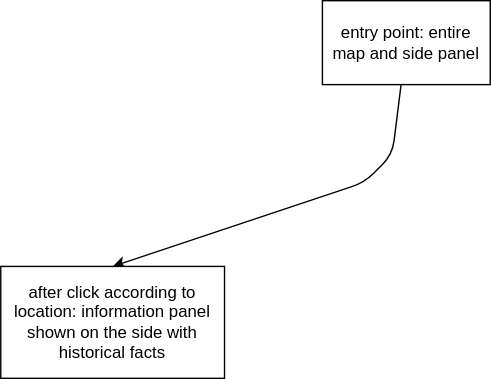
The draw.io diagram network/greenguard/ux design/wireframe.svg in xi-liu-cs/2022-fall, before a commit. Source tidied: cells renumbered, new cells last; positions are measured from the earlier drawing's top-left corner, leaving out a move shared by most shapes. Its diagram source:
```xml
<mxGraphModel>
  <root>
    <mxCell id="0" />
    <mxCell id="1" parent="0" />
    <mxCell id="2" style="edgeStyle=none;html=1;entryX=0.5;entryY=0;entryDx=0;entryDy=0;" parent="1" edge="1" source="3" target="4">
      <mxGeometry relative="1" as="geometry">
        <Array as="points">
          <mxPoint x="280" y="110" />
          <mxPoint x="260" y="130" />
        </Array>
      </mxGeometry>
    </mxCell>
    <mxCell id="3" value="&lt;div&gt;entry point: entire map and side panel&lt;/div&gt;" style="whiteSpace=wrap;html=1;" parent="1" vertex="1">
      <mxGeometry x="230" width="120" height="60" as="geometry" />
    </mxCell>
    <mxCell id="4" value="after click according to location: information panel shown on the side with historical facts" style="whiteSpace=wrap;html=1;" parent="1" vertex="1">
      <mxGeometry y="190" width="160" height="80" as="geometry" />
    </mxCell>
  </root>
</mxGraphModel>
```
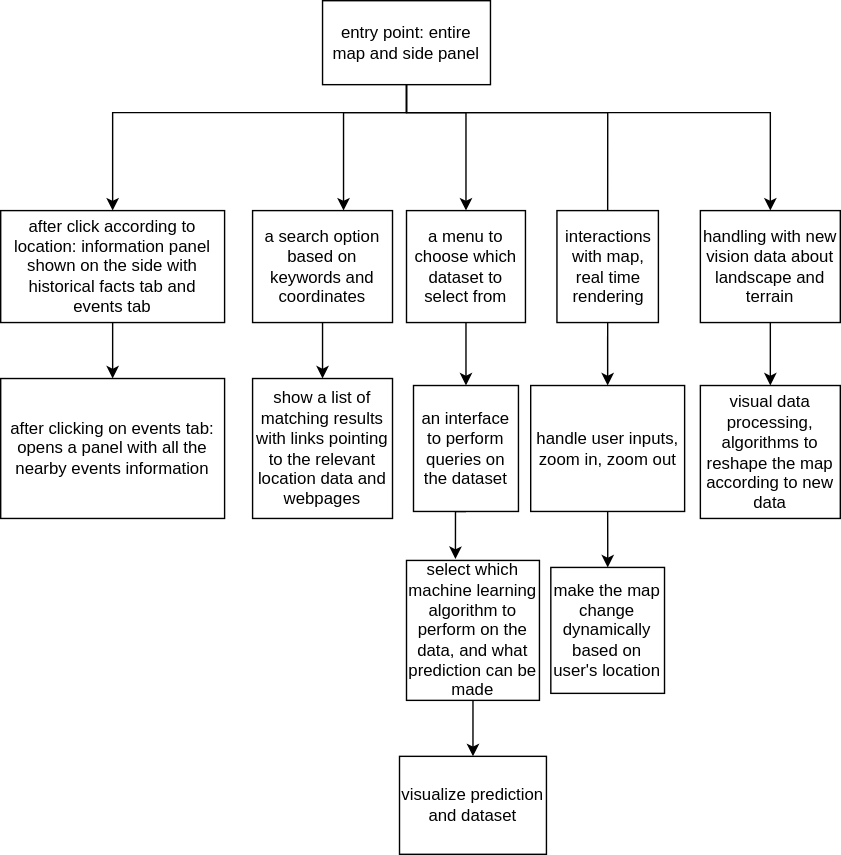
After the commit.

What changed in the source:
```diff
@@ -2,19 +2,103 @@
   <root>
     <mxCell id="0" />
     <mxCell id="1" parent="0" />
-    <mxCell id="2" style="edgeStyle=none;html=1;entryX=0.5;entryY=0;entryDx=0;entryDy=0;" parent="1" edge="1" source="3" target="4">
+    <mxCell id="2" style="edgeStyle=orthogonalEdgeStyle;rounded=0;jettySize=auto;html=1;" parent="1" edge="1" source="3" target="4">
       <mxGeometry relative="1" as="geometry">
         <Array as="points">
-          <mxPoint x="280" y="110" />
-          <mxPoint x="260" y="130" />
+          <mxPoint x="190" y="20" />
+          <mxPoint x="-20" y="20" />
         </Array>
       </mxGeometry>
     </mxCell>
+    <mxCell id="5" style="edgeStyle=orthogonalEdgeStyle;rounded=0;jettySize=auto;html=1;exitX=0.5;exitY=0;exitDx=0;exitDy=0;" parent="1" edge="1" source="21" target="11">
+      <mxGeometry relative="1" as="geometry">
+        <Array as="points">
+          <mxPoint x="334" y="20" />
+          <mxPoint x="145" y="20" />
+        </Array>
+      </mxGeometry>
+    </mxCell>
+    <mxCell id="6" style="edgeStyle=orthogonalEdgeStyle;rounded=0;jettySize=auto;html=1;entryX=0.5;entryY=0;entryDx=0;entryDy=0;" parent="1" edge="1" source="3" target="14">
+      <mxGeometry relative="1" as="geometry">
+        <Array as="points">
+          <mxPoint x="190" y="20" />
+          <mxPoint x="233" y="20" />
+        </Array>
+      </mxGeometry>
+    </mxCell>
+    <mxCell id="7" style="edgeStyle=orthogonalEdgeStyle;rounded=0;jettySize=auto;html=1;exitX=0.5;exitY=1;exitDx=0;exitDy=0;entryX=0.5;entryY=0;entryDx=0;entryDy=0;" parent="1" edge="1" source="3" target="26">
+      <mxGeometry relative="1" as="geometry">
+        <Array as="points">
+          <mxPoint x="190" y="20" />
+          <mxPoint x="450" y="20" />
+        </Array>
+      </mxGeometry>
+    </mxCell>
     <mxCell id="3" value="&lt;div&gt;entry point: entire map and side panel&lt;/div&gt;" style="whiteSpace=wrap;html=1;" parent="1" vertex="1">
-      <mxGeometry x="230" width="120" height="60" as="geometry" />
+      <mxGeometry x="130" y="-60" width="120" height="60" as="geometry" />
     </mxCell>
+    <mxCell id="8" style="edgeStyle=orthogonalEdgeStyle;rounded=0;jettySize=auto;html=1;" parent="1" edge="1" source="4" target="9">
+      <mxGeometry relative="1" as="geometry" />
+    </mxCell>
-    <mxCell id="4" value="after click according to location: information panel shown on the side with historical facts" style="whiteSpace=wrap;html=1;" parent="1" vertex="1">
-      <mxGeometry y="190" width="160" height="80" as="geometry" />
+    <mxCell id="4" value="after click according to location: information panel shown on the side with historical facts tab and events tab" style="whiteSpace=wrap;html=1;" parent="1" vertex="1">
+      <mxGeometry x="-100" y="90" width="160" height="80" as="geometry" />
     </mxCell>
+    <mxCell id="9" value="after clicking on events tab: opens a panel with all the nearby events information" style="rounded=0;whiteSpace=wrap;html=1;" parent="1" vertex="1">
+      <mxGeometry x="-100" y="210" width="160" height="100" as="geometry" />
+    </mxCell>
+    <mxCell id="10" style="edgeStyle=orthogonalEdgeStyle;rounded=0;jettySize=auto;html=1;exitX=0.5;exitY=1;exitDx=0;exitDy=0;entryX=0.5;entryY=0;entryDx=0;entryDy=0;entryPerimeter=0;" parent="1" edge="1" source="11" target="12">
+      <mxGeometry relative="1" as="geometry" />
+    </mxCell>
+    <mxCell id="11" value="a search option based on keywords and coordinates" style="whiteSpace=wrap;html=1;" parent="1" vertex="1">
+      <mxGeometry x="80" y="90" width="100" height="80" as="geometry" />
+    </mxCell>
+    <mxCell id="12" value="show a list of matching results with links pointing to the relevant location data and webpages" style="whiteSpace=wrap;html=1;" parent="1" vertex="1">
+      <mxGeometry x="80" y="210" width="100" height="100" as="geometry" />
+    </mxCell>
+    <mxCell id="13" style="edgeStyle=orthogonalEdgeStyle;rounded=0;jettySize=auto;html=1;exitX=0.5;exitY=1;exitDx=0;exitDy=0;entryX=0.5;entryY=0;entryDx=0;entryDy=0;" parent="1" edge="1" source="14" target="16">
+      <mxGeometry relative="1" as="geometry" />
+    </mxCell>
+    <mxCell id="14" value="a menu to choose which dataset to select from" style="whiteSpace=wrap;html=1;" parent="1" vertex="1">
+      <mxGeometry x="190" y="90" width="85" height="80" as="geometry" />
+    </mxCell>
+    <mxCell id="15" style="edgeStyle=orthogonalEdgeStyle;rounded=0;jettySize=auto;html=1;exitX=0.5;exitY=1;exitDx=0;exitDy=0;entryX=0.368;entryY=-0.01;entryDx=0;entryDy=0;entryPerimeter=0;" parent="1" edge="1" source="16" target="18">
+      <mxGeometry relative="1" as="geometry" />
+    </mxCell>
+    <mxCell id="16" value="an interface to perform queries on the dataset" style="whiteSpace=wrap;html=1;" parent="1" vertex="1">
+      <mxGeometry x="195" y="215" width="75" height="90" as="geometry" />
+    </mxCell>
+    <mxCell id="17" style="edgeStyle=orthogonalEdgeStyle;rounded=0;jettySize=auto;html=1;entryX=0.5;entryY=0;entryDx=0;entryDy=0;" parent="1" edge="1" source="18" target="19">
+      <mxGeometry relative="1" as="geometry" />
+    </mxCell>
+    <mxCell id="18" value="select which machine learning algorithm to perform on the data, and what prediction can be made" style="whiteSpace=wrap;html=1;" parent="1" vertex="1">
+      <mxGeometry x="190" y="340" width="95" height="100" as="geometry" />
+    </mxCell>
+    <mxCell id="19" value="visualize prediction and dataset" style="whiteSpace=wrap;html=1;" parent="1" vertex="1">
+      <mxGeometry x="185" y="480" width="105" height="70" as="geometry" />
+    </mxCell>
+    <mxCell id="20" style="edgeStyle=orthogonalEdgeStyle;rounded=0;jettySize=auto;html=1;exitX=0.5;exitY=1;exitDx=0;exitDy=0;entryX=0.5;entryY=0;entryDx=0;entryDy=0;" parent="1" edge="1" source="21" target="23">
+      <mxGeometry relative="1" as="geometry" />
+    </mxCell>
+    <mxCell id="21" value="interactions with map, real time rendering" style="whiteSpace=wrap;html=1;" parent="1" vertex="1">
+      <mxGeometry x="297.5" y="90" width="72.5" height="80" as="geometry" />
+    </mxCell>
+    <mxCell id="22" style="edgeStyle=orthogonalEdgeStyle;rounded=0;jettySize=auto;html=1;exitX=0.5;exitY=1;exitDx=0;exitDy=0;" parent="1" edge="1" source="23" target="24">
+      <mxGeometry relative="1" as="geometry" />
+    </mxCell>
+    <mxCell id="23" value="handle user inputs, zoom in, zoom out" style="whiteSpace=wrap;html=1;" parent="1" vertex="1">
+      <mxGeometry x="278.8" y="215" width="110" height="90" as="geometry" />
+    </mxCell>
+    <mxCell id="24" value="make the map change dynamically based on user's location" style="whiteSpace=wrap;html=1;" parent="1" vertex="1">
+      <mxGeometry x="293.1" y="345" width="81.2" height="90" as="geometry" />
+    </mxCell>
+    <mxCell id="25" style="edgeStyle=orthogonalEdgeStyle;rounded=0;jettySize=auto;html=1;exitX=0.5;exitY=1;exitDx=0;exitDy=0;entryX=0.5;entryY=0;entryDx=0;entryDy=0;" parent="1" edge="1" source="26" target="27">
+      <mxGeometry relative="1" as="geometry" />
+    </mxCell>
+    <mxCell id="26" value="handling with new vision data about landscape and terrain" style="whiteSpace=wrap;html=1;" parent="1" vertex="1">
+      <mxGeometry x="400" y="90" width="100" height="80" as="geometry" />
+    </mxCell>
+    <mxCell id="27" value="visual data processing, algorithms to reshape the map according to new data&lt;br&gt;" style="whiteSpace=wrap;html=1;" parent="1" vertex="1">
+      <mxGeometry x="400" y="215" width="100" height="95" as="geometry" />
+    </mxCell>
   </root>
 </mxGraphModel>
```
